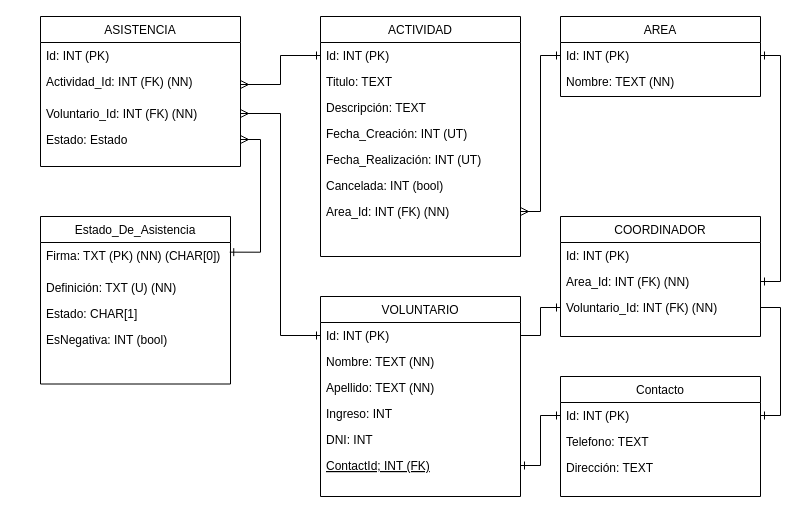
Earlier version of the draw.io diagram dragrama-fisico.drawio (DDamianoff/Scavenger-Oversight). Source tidied: cells renumbered, new cells numbered last; positions are measured from the earlier drawing's top-left corner, leaving out a move shared by most shapes. Both pictures are drawn from the tidied source at 100%, with x=0, y=0 at pixel (40, 16).
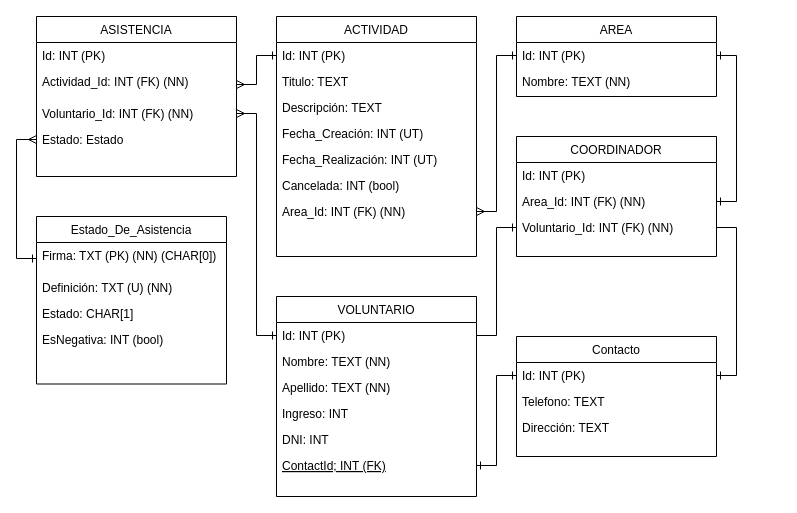
The same page after the edit.

Commit message:
ordenando un poco en diagrama-fisico.drawio

Unchanged cells that the change refers to:
```xml
<mxCell id="26" value="Estado: Estado" style="text;align=left;verticalAlign=top;spacingLeft=4;spacingRight=4;overflow=hidden;points=[[0,0.5],[1,0.5]];portConstraint=eastwest;" parent="22" vertex="1">
  <mxGeometry y="110" width="200" height="26" as="geometry" />
</mxCell>
<mxCell id="41" value="Firma: TXT (PK) (NN) (CHAR[0])" style="text;align=left;verticalAlign=top;spacingLeft=4;spacingRight=4;overflow=hidden;points=[[0,0.5],[1,0.5]];portConstraint=eastwest;" parent="40" vertex="1">
  <mxGeometry y="26" width="190" height="32" as="geometry" />
</mxCell>
```

The edit, as a diff of the source:
```diff
@@
     <mxCell id="2" value="VOLUNTARIO" style="swimlane;fontStyle=0;align=center;verticalAlign=top;horizontal=1;startSize=26;rounded=0;shadow=0;strokeWidth=1;" parent="1" vertex="1">
-      <mxGeometry x="280" y="280" width="200" height="200" as="geometry" />
+      <mxGeometry x="236" y="280" width="200" height="200" as="geometry" />
     </mxCell>
@@
     <mxCell id="9" value="Contacto" style="swimlane;fontStyle=0;align=center;verticalAlign=top;horizontal=1;startSize=26;rounded=0;shadow=0;strokeWidth=1;" parent="1" vertex="1">
-      <mxGeometry x="520" y="360" width="200" height="120" as="geometry" />
+      <mxGeometry x="476" y="320" width="200" height="120" as="geometry" />
     </mxCell>
@@
     <mxCell id="14" value="ACTIVIDAD" style="swimlane;fontStyle=0;align=center;verticalAlign=top;horizontal=1;startSize=26;rounded=0;shadow=0;strokeWidth=1;" parent="1" vertex="1">
-      <mxGeometry x="280" width="200" height="240" as="geometry" />
+      <mxGeometry x="236" width="200" height="240" as="geometry" />
     </mxCell>
@@
     <mxCell id="22" value="ASISTENCIA" style="swimlane;fontStyle=0;align=center;verticalAlign=top;horizontal=1;startSize=26;rounded=0;shadow=0;strokeWidth=1;" parent="1" vertex="1">
-      <mxGeometry width="200" height="150" as="geometry" />
+      <mxGeometry x="-4" width="200" height="160" as="geometry" />
     </mxCell>
@@
     <mxCell id="29" value="COORDINADOR" style="swimlane;fontStyle=0;align=center;verticalAlign=top;horizontal=1;startSize=26;rounded=0;shadow=0;strokeWidth=1;" parent="1" vertex="1">
-      <mxGeometry x="520" y="200" width="200" height="120" as="geometry" />
+      <mxGeometry x="476" y="120" width="200" height="120" as="geometry" />
     </mxCell>
@@
     <mxCell id="34" value="AREA" style="swimlane;fontStyle=0;align=center;verticalAlign=top;horizontal=1;startSize=26;rounded=0;shadow=0;strokeWidth=1;" parent="1" vertex="1">
-      <mxGeometry x="520" width="200" height="80" as="geometry" />
+      <mxGeometry x="476" width="200" height="80" as="geometry" />
     </mxCell>
@@
     <mxCell id="40" value="Estado_De_Asistencia" style="swimlane;fontStyle=0;align=center;verticalAlign=top;horizontal=1;startSize=26;rounded=0;shadow=0;strokeWidth=1;" parent="1" vertex="1">
-      <mxGeometry y="200" width="190" height="167.5" as="geometry" />
+      <mxGeometry x="-4" y="200" width="190" height="167.5" as="geometry" />
     </mxCell>
@@
-    <mxCell id="45" style="edgeStyle=orthogonalEdgeStyle;rounded=0;jettySize=auto;html=1;entryX=1;entryY=0.5;entryDx=0;entryDy=0;startArrow=ERone;startFill=0;endArrow=ERmany;endFill=0;exitX=0.996;exitY=0.302;exitDx=0;exitDy=0;exitPerimeter=0;" parent="1" edge="1" source="41" target="26">
+    <mxCell id="45" style="edgeStyle=orthogonalEdgeStyle;rounded=0;jettySize=auto;html=1;entryX=0;entryY=0.5;entryDx=0;entryDy=0;startArrow=ERone;startFill=0;endArrow=ERmany;endFill=0;exitX=0;exitY=0.5;exitDx=0;exitDy=0;" parent="1" edge="1" source="41" target="26">
       <mxGeometry relative="1" as="geometry" />
     </mxCell>
```
